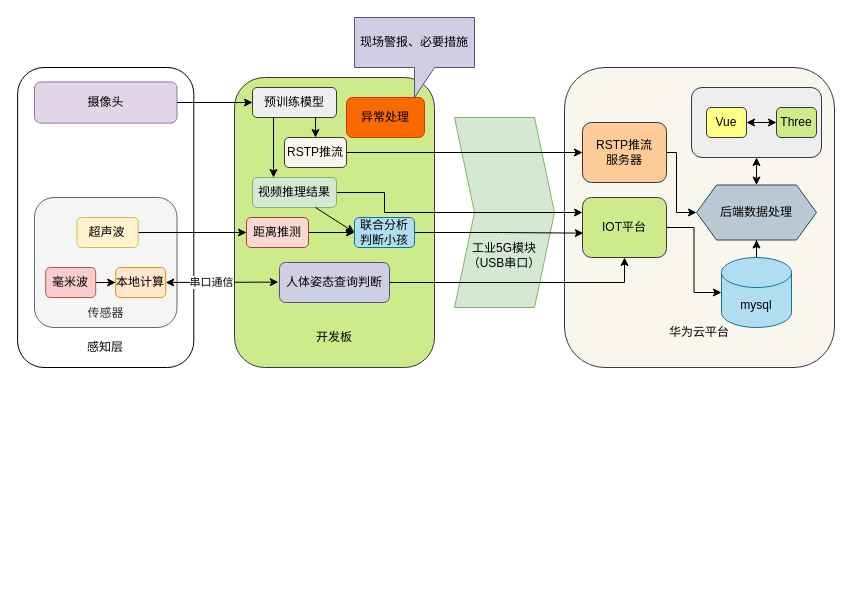
Above: assets/test.drawio in Duxingmengshou/Duxingmengshou.github.io (draw.io), before the change. Source tidied: cells renumbered, new cells numbered last; positions are measured from the earlier drawing's top-left corner, leaving out a move shared by most shapes. Both pictures are drawn from the tidied source at 100%, with x=0, y=0 at pixel (17, 17).
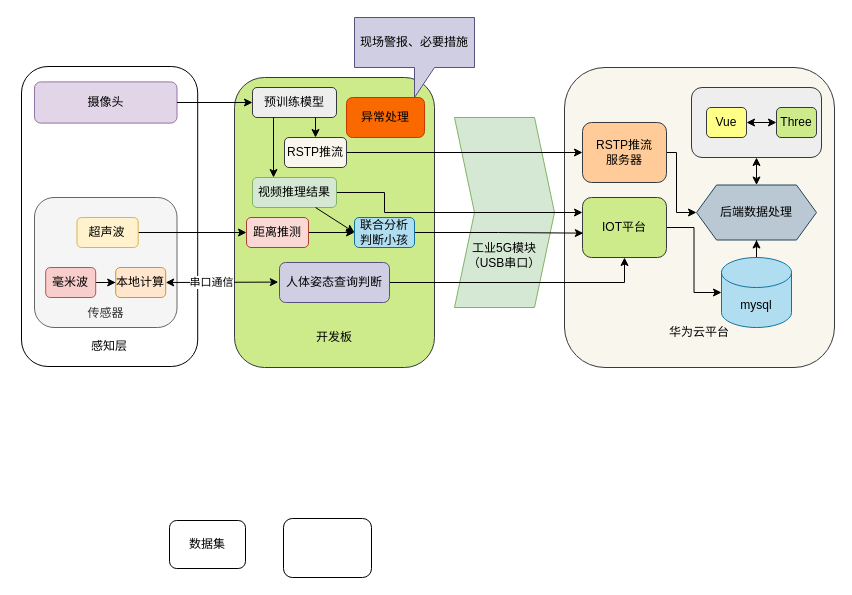
The same diagram, later.

What changed in the source:
```diff
@@
     <mxCell id="2" value="&lt;br&gt;&lt;br&gt;&lt;br&gt;&lt;br&gt;&lt;br&gt;&lt;br&gt;&lt;br&gt;&lt;br&gt;&lt;br&gt;&lt;br&gt;&lt;br&gt;&lt;br&gt;&lt;br&gt;&lt;br&gt;&lt;br&gt;&lt;br&gt;&lt;br&gt;&lt;br&gt;感知层" style="rounded=1;whiteSpace=wrap;html=1;" parent="1" vertex="1">
-      <mxGeometry x="0.1" y="50" width="176.2" height="300" as="geometry" />
+      <mxGeometry x="4" y="49" width="176.2" height="300" as="geometry" />
     </mxCell>
@@
+    <mxCell id="44" value="数据集" style="rounded=1;whiteSpace=wrap;html=1;" parent="1" vertex="1">
+      <mxGeometry x="152" y="503" width="76" height="48" as="geometry" />
+    </mxCell>
+    <mxCell id="45" style="rounded=1;whiteSpace=wrap;html=1;" parent="1" vertex="1">
+      <mxGeometry x="266" y="501" width="88" height="59" as="geometry" />
+    </mxCell>
```
